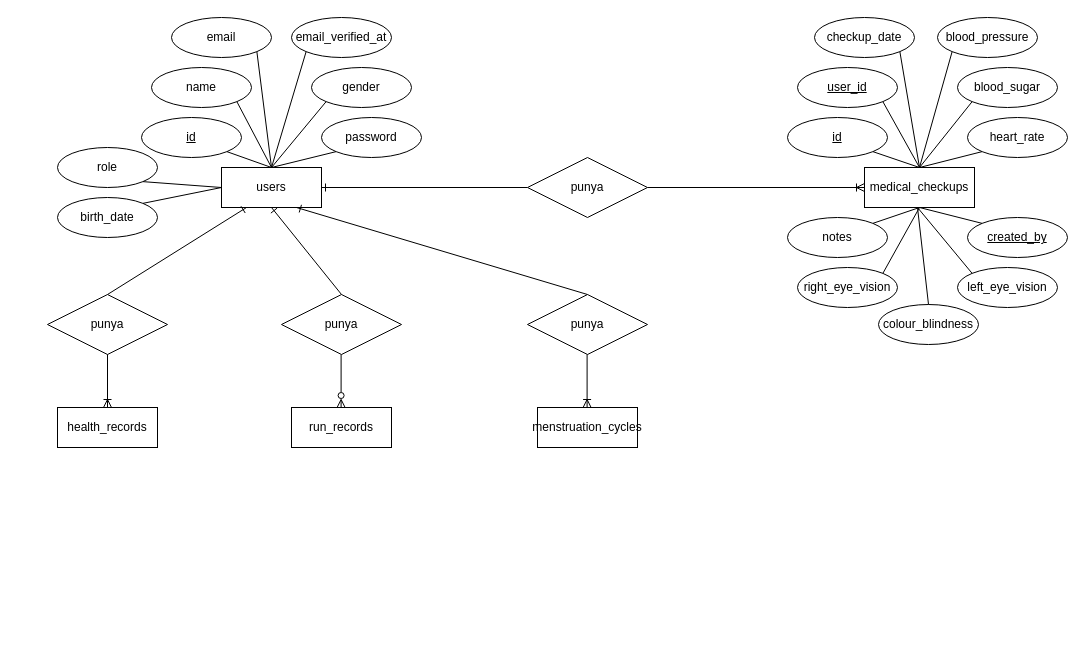
Above: Healthy+ - Jurnal.drawio in dapzz-id/DrawIO (draw.io), before the change. Source tidied: cells renumbered, new cells numbered last; positions are measured from the earlier drawing's top-left corner, leaving out a move shared by most shapes. Both pictures are drawn from the tidied source at 100%, with x=0, y=0 at pixel (47, 17).
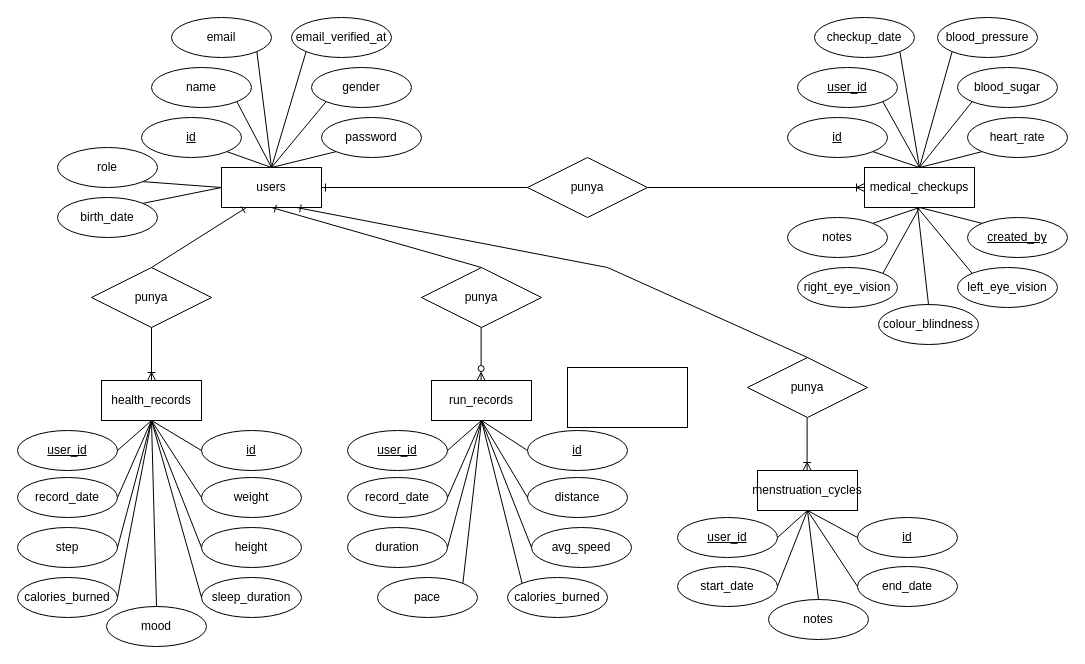
After the change.

Unchanged cells that the change refers to:
```xml
<mxCell id="3" value="users" style="whiteSpace=wrap;html=1;align=center;" parent="1" vertex="1">
  <mxGeometry x="174" y="150" width="100" height="40" as="geometry" />
</mxCell>
```

What changed in the source:
```diff
@@
     <mxCell id="45" value="punya" style="shape=rhombus;perimeter=rhombusPerimeter;whiteSpace=wrap;html=1;align=center;" parent="1" vertex="1">
-      <mxGeometry x="234" y="277" width="120" height="60" as="geometry" />
+      <mxGeometry x="374" y="250" width="120" height="60" as="geometry" />
     </mxCell>
     <mxCell id="46" value="punya" style="shape=rhombus;perimeter=rhombusPerimeter;whiteSpace=wrap;html=1;align=center;" parent="1" vertex="1">
-      <mxGeometry x="480" y="277" width="120" height="60" as="geometry" />
+      <mxGeometry x="700" y="340" width="120" height="60" as="geometry" />
     </mxCell>
     <mxCell id="47" value="punya" style="shape=rhombus;perimeter=rhombusPerimeter;whiteSpace=wrap;html=1;align=center;" parent="1" vertex="1">
-      <mxGeometry y="277" width="120" height="60" as="geometry" />
+      <mxGeometry x="44" y="250" width="120" height="60" as="geometry" />
     </mxCell>
@@
     <mxCell id="50" style="endArrow=ERone;html=1;rounded=0;exitX=0.5;exitY=0;exitDx=0;exitDy=0;entryX=0.75;entryY=1;entryDx=0;entryDy=0;endFill=0;" parent="1" edge="1" source="46" target="3">
-      <mxGeometry relative="1" as="geometry" />
+      <mxGeometry relative="1" as="geometry">
+        <Array as="points">
+          <mxPoint x="560" y="250" />
+        </Array>
+      </mxGeometry>
     </mxCell>
     <mxCell id="51" value="health_records" style="whiteSpace=wrap;html=1;align=center;" parent="1" vertex="1">
-      <mxGeometry x="10" y="390" width="100" height="40" as="geometry" />
+      <mxGeometry x="54" y="363" width="100" height="40" as="geometry" />
     </mxCell>
@@
     <mxCell id="53" value="run_records" style="whiteSpace=wrap;html=1;align=center;" parent="1" vertex="1">
-      <mxGeometry x="244" y="390" width="100" height="40" as="geometry" />
+      <mxGeometry x="384" y="363" width="100" height="40" as="geometry" />
     </mxCell>
     <mxCell id="54" style="endArrow=ERzeroToMany;html=1;rounded=0;exitX=0.5;exitY=1;exitDx=0;exitDy=0;entryX=0.5;entryY=0;entryDx=0;entryDy=0;endFill=0;" parent="1" edge="1">
       <mxGeometry relative="1" as="geometry">
-        <mxPoint x="293.6" y="337" as="sourcePoint" />
-        <mxPoint x="293.6" y="390" as="targetPoint" />
+        <mxPoint x="433.6" y="310" as="sourcePoint" />
+        <mxPoint x="433.6" y="363" as="targetPoint" />
       </mxGeometry>
     </mxCell>
     <mxCell id="55" value="menstruation_cycles" style="whiteSpace=wrap;html=1;align=center;" parent="1" vertex="1">
-      <mxGeometry x="490" y="390" width="100" height="40" as="geometry" />
+      <mxGeometry x="710" y="453" width="100" height="40" as="geometry" />
     </mxCell>
     <mxCell id="56" style="endArrow=ERoneToMany;html=1;rounded=0;exitX=0.5;exitY=1;exitDx=0;exitDy=0;entryX=0.5;entryY=0;entryDx=0;entryDy=0;endFill=0;" parent="1" edge="1">
       <mxGeometry relative="1" as="geometry">
-        <mxPoint x="539.6" y="337" as="sourcePoint" />
-        <mxPoint x="539.6" y="390" as="targetPoint" />
+        <mxPoint x="759.6" y="400" as="sourcePoint" />
+        <mxPoint x="759.6" y="453" as="targetPoint" />
       </mxGeometry>
     </mxCell>
+    <mxCell id="57" value="id" style="ellipse;whiteSpace=wrap;html=1;align=center;fontStyle=4;" parent="1" vertex="1">
+      <mxGeometry x="154" y="413" width="100" height="40" as="geometry" />
+    </mxCell>
+    <mxCell id="58" style="endArrow=none;html=1;rounded=0;exitX=0.5;exitY=1;exitDx=0;exitDy=0;entryX=0;entryY=0.5;entryDx=0;entryDy=0;" parent="1" edge="1" source="51" target="57">
+      <mxGeometry relative="1" as="geometry" />
+    </mxCell>
+    <mxCell id="59" value="user_id" style="ellipse;whiteSpace=wrap;html=1;align=center;fontStyle=4;" parent="1" vertex="1">
+      <mxGeometry x="-30" y="413" width="100" height="40" as="geometry" />
+    </mxCell>
+    <mxCell id="60" style="endArrow=none;html=1;rounded=0;exitX=0.5;exitY=1;exitDx=0;exitDy=0;entryX=1;entryY=0.5;entryDx=0;entryDy=0;" parent="1" edge="1" source="51" target="59">
+      <mxGeometry relative="1" as="geometry" />
+    </mxCell>
+    <mxCell id="61" value="record_date" style="ellipse;whiteSpace=wrap;html=1;align=center;" parent="1" vertex="1">
+      <mxGeometry x="-30" y="460" width="100" height="40" as="geometry" />
+    </mxCell>
+    <mxCell id="62" style="endArrow=none;html=1;rounded=0;exitX=1;exitY=0.5;exitDx=0;exitDy=0;entryX=0.5;entryY=1;entryDx=0;entryDy=0;" parent="1" edge="1" source="61" target="51">
+      <mxGeometry relative="1" as="geometry" />
+    </mxCell>
+    <mxCell id="63" value="weight" style="ellipse;whiteSpace=wrap;html=1;align=center;" parent="1" vertex="1">
+      <mxGeometry x="154" y="460" width="100" height="40" as="geometry" />
+    </mxCell>
+    <mxCell id="64" style="endArrow=none;html=1;rounded=0;exitX=0.5;exitY=1;exitDx=0;exitDy=0;entryX=0;entryY=0.5;entryDx=0;entryDy=0;" parent="1" edge="1" source="51" target="63">
+      <mxGeometry relative="1" as="geometry" />
+    </mxCell>
+    <mxCell id="65" value="height" style="ellipse;whiteSpace=wrap;html=1;align=center;" parent="1" vertex="1">
+      <mxGeometry x="154" y="510" width="100" height="40" as="geometry" />
+    </mxCell>
+    <mxCell id="66" value="step" style="ellipse;whiteSpace=wrap;html=1;align=center;" parent="1" vertex="1">
+      <mxGeometry x="-30" y="510" width="100" height="40" as="geometry" />
+    </mxCell>
+    <mxCell id="67" style="endArrow=none;html=1;rounded=0;exitX=0.5;exitY=1;exitDx=0;exitDy=0;entryX=1;entryY=0.5;entryDx=0;entryDy=0;" parent="1" edge="1" source="51" target="66">
+      <mxGeometry relative="1" as="geometry" />
+    </mxCell>
+    <mxCell id="68" style="endArrow=none;html=1;rounded=0;exitX=0.5;exitY=1;exitDx=0;exitDy=0;entryX=0;entryY=0.5;entryDx=0;entryDy=0;" parent="1" edge="1" source="51" target="65">
+      <mxGeometry relative="1" as="geometry" />
+    </mxCell>
+    <mxCell id="69" value="calories_burned" style="ellipse;whiteSpace=wrap;html=1;align=center;" parent="1" vertex="1">
+      <mxGeometry x="-30" y="560" width="100" height="40" as="geometry" />
+    </mxCell>
+    <mxCell id="70" value="sleep_duration" style="ellipse;whiteSpace=wrap;html=1;align=center;" parent="1" vertex="1">
+      <mxGeometry x="154" y="560" width="100" height="40" as="geometry" />
+    </mxCell>
+    <mxCell id="71" value="mood" style="ellipse;whiteSpace=wrap;html=1;align=center;" parent="1" vertex="1">
+      <mxGeometry x="59" y="589" width="100" height="40" as="geometry" />
+    </mxCell>
+    <mxCell id="72" style="endArrow=none;html=1;rounded=0;exitX=1;exitY=0.5;exitDx=0;exitDy=0;entryX=0.5;entryY=1;entryDx=0;entryDy=0;" parent="1" edge="1" source="69" target="51">
+      <mxGeometry relative="1" as="geometry" />
+    </mxCell>
+    <mxCell id="73" style="endArrow=none;html=1;rounded=0;exitX=0.5;exitY=1;exitDx=0;exitDy=0;entryX=0;entryY=0.5;entryDx=0;entryDy=0;" parent="1" edge="1" source="51" target="70">
+      <mxGeometry relative="1" as="geometry" />
+    </mxCell>
+    <mxCell id="74" style="endArrow=none;html=1;rounded=0;exitX=0.5;exitY=1;exitDx=0;exitDy=0;entryX=0.5;entryY=0;entryDx=0;entryDy=0;" parent="1" edge="1" source="51" target="71">
+      <mxGeometry relative="1" as="geometry" />
+    </mxCell>
+    <mxCell id="75" value="user_id" style="ellipse;whiteSpace=wrap;html=1;align=center;fontStyle=4;" parent="1" vertex="1">
+      <mxGeometry x="300" y="413" width="100" height="40" as="geometry" />
+    </mxCell>
+    <mxCell id="76" value="id" style="ellipse;whiteSpace=wrap;html=1;align=center;fontStyle=4;" parent="1" vertex="1">
+      <mxGeometry x="480" y="413" width="100" height="40" as="geometry" />
+    </mxCell>
+    <mxCell id="77" style="endArrow=none;html=1;rounded=0;exitX=0.5;exitY=1;exitDx=0;exitDy=0;entryX=1;entryY=0.5;entryDx=0;entryDy=0;" parent="1" edge="1" source="53" target="75">
+      <mxGeometry relative="1" as="geometry" />
+    </mxCell>
+    <mxCell id="78" style="endArrow=none;html=1;rounded=0;exitX=0.5;exitY=1;exitDx=0;exitDy=0;entryX=0;entryY=0.5;entryDx=0;entryDy=0;" parent="1" edge="1" source="53" target="76">
+      <mxGeometry relative="1" as="geometry" />
+    </mxCell>
+    <mxCell id="79" value="record_date" style="ellipse;whiteSpace=wrap;html=1;align=center;" parent="1" vertex="1">
+      <mxGeometry x="300" y="460" width="100" height="40" as="geometry" />
+    </mxCell>
+    <mxCell id="80" style="endArrow=none;html=1;rounded=0;exitX=0.5;exitY=1;exitDx=0;exitDy=0;entryX=1;entryY=0.5;entryDx=0;entryDy=0;" parent="1" edge="1" source="53" target="79">
+      <mxGeometry relative="1" as="geometry" />
+    </mxCell>
+    <mxCell id="81" value="distance" style="ellipse;whiteSpace=wrap;html=1;align=center;" parent="1" vertex="1">
+      <mxGeometry x="480" y="460" width="100" height="40" as="geometry" />
+    </mxCell>
+    <mxCell id="82" style="endArrow=none;html=1;rounded=0;exitX=0.5;exitY=1;exitDx=0;exitDy=0;entryX=0;entryY=0.5;entryDx=0;entryDy=0;" parent="1" edge="1" source="53" target="81">
+      <mxGeometry relative="1" as="geometry" />
+    </mxCell>
+    <mxCell id="83" value="duration" style="ellipse;whiteSpace=wrap;html=1;align=center;" parent="1" vertex="1">
+      <mxGeometry x="300" y="510" width="100" height="40" as="geometry" />
+    </mxCell>
+    <mxCell id="84" value="avg_speed" style="ellipse;whiteSpace=wrap;html=1;align=center;" parent="1" vertex="1">
+      <mxGeometry x="484" y="510" width="100" height="40" as="geometry" />
+    </mxCell>
+    <mxCell id="85" value="pace" style="ellipse;whiteSpace=wrap;html=1;align=center;" parent="1" vertex="1">
+      <mxGeometry x="330" y="560" width="100" height="40" as="geometry" />
+    </mxCell>
+    <mxCell id="86" value="calories_burned" style="ellipse;whiteSpace=wrap;html=1;align=center;" parent="1" vertex="1">
+      <mxGeometry x="460" y="560" width="100" height="40" as="geometry" />
+    </mxCell>
+    <mxCell id="87" style="endArrow=none;html=1;rounded=0;exitX=1;exitY=0.5;exitDx=0;exitDy=0;entryX=0.5;entryY=1;entryDx=0;entryDy=0;" parent="1" edge="1" source="83" target="53">
+      <mxGeometry relative="1" as="geometry" />
+    </mxCell>
+    <mxCell id="88" style="endArrow=none;html=1;rounded=0;exitX=0;exitY=0.5;exitDx=0;exitDy=0;entryX=0.5;entryY=1;entryDx=0;entryDy=0;" parent="1" edge="1" source="84" target="53">
+      <mxGeometry relative="1" as="geometry" />
+    </mxCell>
+    <mxCell id="89" style="endArrow=none;html=1;rounded=0;exitX=1;exitY=0;exitDx=0;exitDy=0;entryX=0.5;entryY=1;entryDx=0;entryDy=0;" parent="1" edge="1" source="85" target="53">
+      <mxGeometry relative="1" as="geometry" />
+    </mxCell>
+    <mxCell id="90" style="endArrow=none;html=1;rounded=0;exitX=0.5;exitY=1;exitDx=0;exitDy=0;entryX=0;entryY=0;entryDx=0;entryDy=0;" parent="1" edge="1" source="53" target="86">
+      <mxGeometry relative="1" as="geometry" />
+    </mxCell>
+    <mxCell id="91" value="user_id" style="ellipse;whiteSpace=wrap;html=1;align=center;fontStyle=4;" parent="1" vertex="1">
+      <mxGeometry x="630" y="500" width="100" height="40" as="geometry" />
+    </mxCell>
+    <mxCell id="92" value="id" style="ellipse;whiteSpace=wrap;html=1;align=center;fontStyle=4;" parent="1" vertex="1">
+      <mxGeometry x="810" y="500" width="100" height="40" as="geometry" />
+    </mxCell>
+    <mxCell id="93" style="endArrow=none;html=1;rounded=0;exitX=1;exitY=0.5;exitDx=0;exitDy=0;entryX=0.5;entryY=1;entryDx=0;entryDy=0;" parent="1" edge="1" source="91" target="55">
+      <mxGeometry relative="1" as="geometry" />
+    </mxCell>
+    <mxCell id="94" style="endArrow=none;html=1;rounded=0;exitX=0;exitY=0.5;exitDx=0;exitDy=0;entryX=0.5;entryY=1;entryDx=0;entryDy=0;" parent="1" edge="1" source="92" target="55">
+      <mxGeometry relative="1" as="geometry" />
+    </mxCell>
+    <mxCell id="95" value="start_date" style="ellipse;whiteSpace=wrap;html=1;align=center;" parent="1" vertex="1">
+      <mxGeometry x="630" y="549" width="100" height="40" as="geometry" />
+    </mxCell>
+    <mxCell id="96" value="end_date" style="ellipse;whiteSpace=wrap;html=1;align=center;" parent="1" vertex="1">
+      <mxGeometry x="810" y="549" width="100" height="40" as="geometry" />
+    </mxCell>
+    <mxCell id="97" value="notes" style="ellipse;whiteSpace=wrap;html=1;align=center;" parent="1" vertex="1">
+      <mxGeometry x="721" y="582" width="100" height="40" as="geometry" />
+    </mxCell>
+    <mxCell id="98" style="endArrow=none;html=1;rounded=0;exitX=1;exitY=0.5;exitDx=0;exitDy=0;entryX=0.5;entryY=1;entryDx=0;entryDy=0;" parent="1" edge="1" source="95" target="55">
+      <mxGeometry relative="1" as="geometry" />
+    </mxCell>
+    <mxCell id="99" style="endArrow=none;html=1;rounded=0;exitX=0;exitY=0.5;exitDx=0;exitDy=0;entryX=0.5;entryY=1;entryDx=0;entryDy=0;" parent="1" edge="1" source="96" target="55">
+      <mxGeometry relative="1" as="geometry" />
+    </mxCell>
+    <mxCell id="100" style="endArrow=none;html=1;rounded=0;exitX=0.5;exitY=0;exitDx=0;exitDy=0;entryX=0.5;entryY=1;entryDx=0;entryDy=0;" parent="1" edge="1" source="97" target="55">
+      <mxGeometry relative="1" as="geometry" />
+    </mxCell>
+    <mxCell id="101" style="whiteSpace=wrap;html=1;" parent="1" vertex="1">
+      <mxGeometry x="520" y="350" width="120" height="60" as="geometry" />
+    </mxCell>
```
